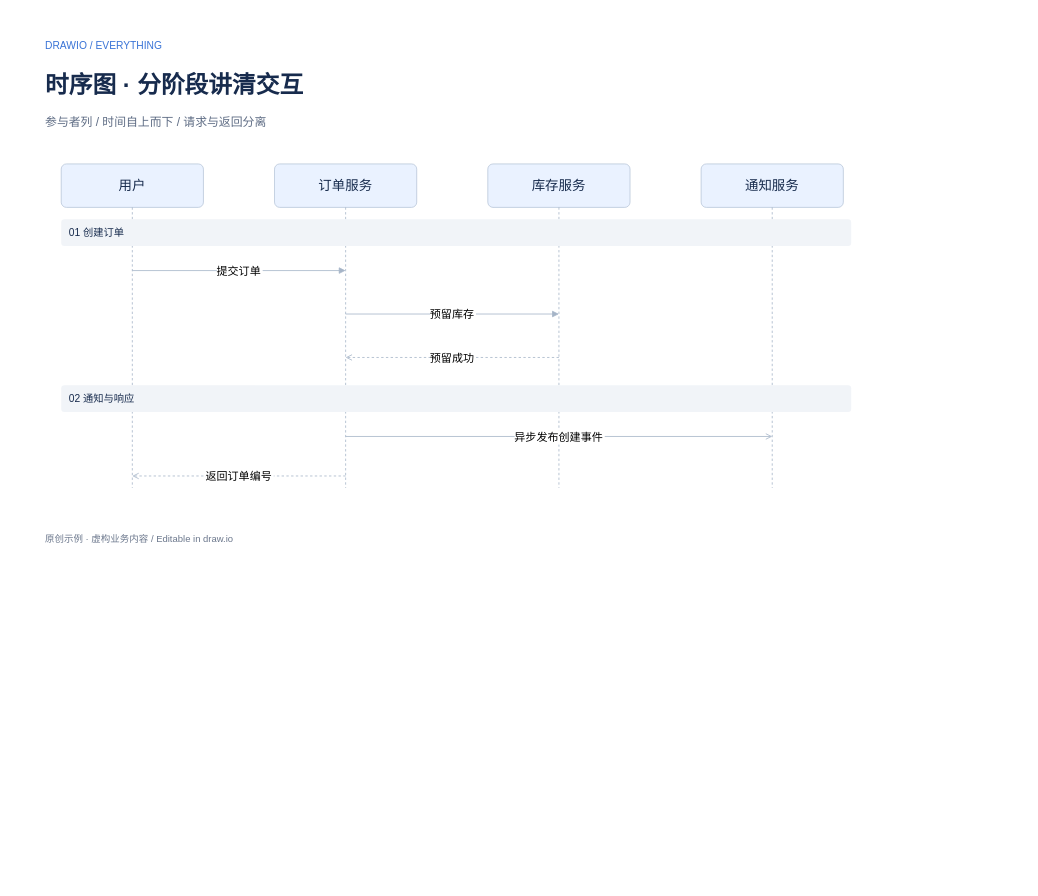
Above: examples/05-sequence.drawio in Junglepan/draw-io-everything (draw.io), before the change. Source tidied: cells renumbered, new cells numbered last; positions are measured from the earlier drawing's top-left corner, leaving out a move shared by most shapes. Both pictures are drawn from the tidied source at 79%, with x=0, y=0 at pixel (13, 13).
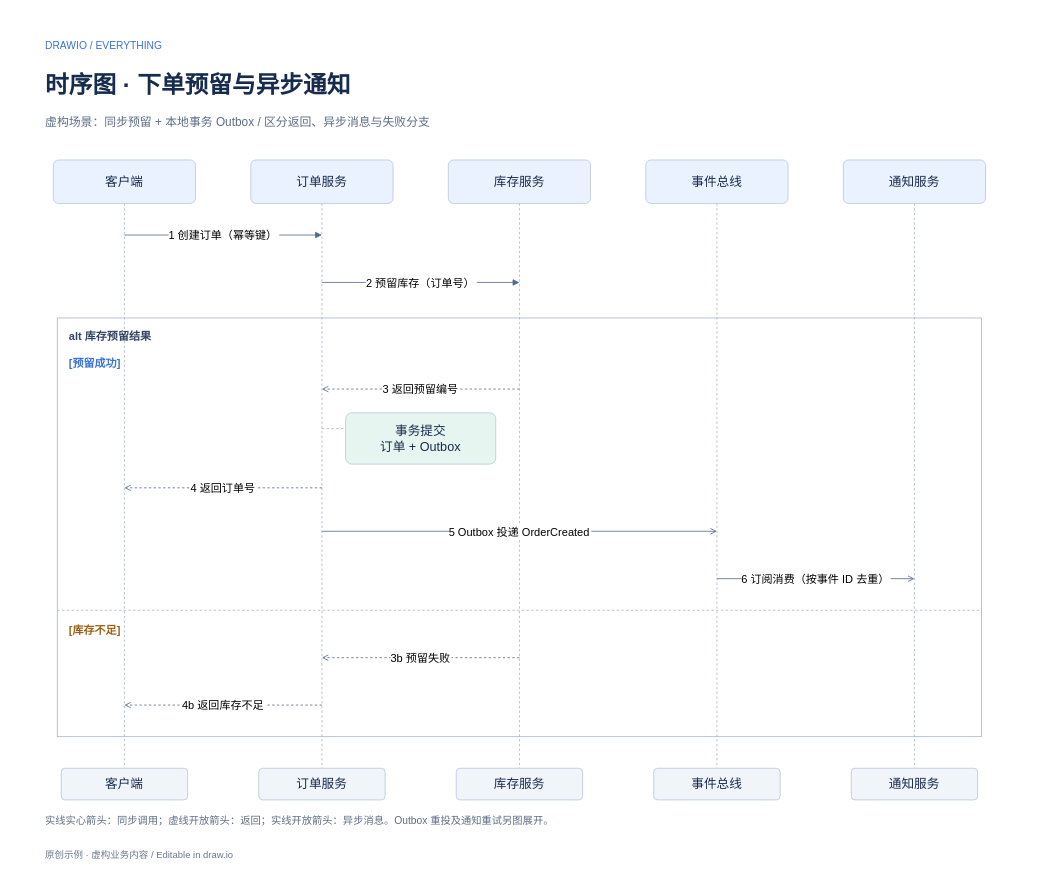
The same page after the edit.

The edit, as a diff of the source:
```diff
@@
     <mxCell id="2" style="rounded=1;whiteSpace=wrap;html=0;fontFamily=Arial;fontSize=17;fontColor=#172B4D;fillColor=#FFFFFF;strokeColor=#B8C6D9;arcSize=12;spacing=10;strokeColor=none;" parent="1" vertex="1">
-      <mxGeometry width="1120" height="700" as="geometry" />
+      <mxGeometry width="1280" height="1100" as="geometry" />
     </mxCell>
@@
-    <mxCell id="4" value="时序图 · 分阶段讲清交互" style="rounded=1;whiteSpace=wrap;html=0;fontFamily=Arial;fontSize=17;fontColor=#172B4D;fillColor=none;strokeColor=#B8C6D9;arcSize=12;spacing=10;strokeColor=none;align=left;verticalAlign=middle;spacing=0;fontSize=30;fontColor=#172B4D;fontStyle=1;" parent="1" vertex="1">
+    <mxCell id="4" value="时序图 · 下单预留与异步通知" style="rounded=1;whiteSpace=wrap;html=0;fontFamily=Arial;fontSize=17;fontColor=#172B4D;fillColor=none;strokeColor=#B8C6D9;arcSize=12;spacing=10;strokeColor=none;align=left;verticalAlign=middle;spacing=0;fontSize=30;fontColor=#172B4D;fontStyle=1;" parent="1" vertex="1">
       <mxGeometry x="40" y="66" width="1040" height="48" as="geometry" />
     </mxCell>
-    <mxCell id="5" value="参与者列 / 时间自上而下 / 请求与返回分离" style="rounded=1;whiteSpace=wrap;html=0;fontFamily=Arial;fontSize=17;fontColor=#172B4D;fillColor=none;strokeColor=#B8C6D9;arcSize=12;spacing=10;strokeColor=none;align=left;verticalAlign=middle;spacing=0;fontSize=15;fontColor=#5E6C84;fontStyle=0;" parent="1" vertex="1">
+    <mxCell id="5" value="虚构场景：同步预留 + 本地事务 Outbox / 区分返回、异步消息与失败分支" style="rounded=1;whiteSpace=wrap;html=0;fontFamily=Arial;fontSize=17;fontColor=#172B4D;fillColor=none;strokeColor=#B8C6D9;arcSize=12;spacing=10;strokeColor=none;align=left;verticalAlign=middle;spacing=0;fontSize=15;fontColor=#5E6C84;fontStyle=0;" parent="1" vertex="1">
       <mxGeometry x="40" y="121" width="1040" height="32" as="geometry" />
     </mxCell>
     <mxCell id="6" value="原创示例 · 虚构业务内容  /  Editable in draw.io" style="rounded=1;whiteSpace=wrap;html=0;fontFamily=Arial;fontSize=17;fontColor=#172B4D;fillColor=none;strokeColor=#B8C6D9;arcSize=12;spacing=10;strokeColor=none;align=left;verticalAlign=middle;spacing=0;fontSize=12;fontColor=#6B778C;fontStyle=0;" parent="1" vertex="1">
-      <mxGeometry x="40" y="654" width="1040" height="22" as="geometry" />
+      <mxGeometry x="40" y="1054" width="1200" height="22" as="geometry" />
     </mxCell>
-    <mxCell id="7" value="用户" style="rounded=1;whiteSpace=wrap;html=0;fontFamily=Arial;fontSize=17;fontColor=#172B4D;fillColor=#EAF2FF;strokeColor=#B8C6D9;arcSize=12;spacing=10;" parent="1" vertex="1">
-      <mxGeometry x="60" y="190" width="180" height="55" as="geometry" />
+    <mxCell id="7" value="客户端" style="rounded=1;whiteSpace=wrap;html=0;fontFamily=Arial;fontSize=17;fontColor=#172B4D;fillColor=#EAF2FF;strokeColor=#B8C6D9;arcSize=12;spacing=10;fontSize=16;" parent="1" vertex="1">
+      <mxGeometry x="50" y="185" width="180" height="55" as="geometry" />
     </mxCell>
     <mxCell id="8" style="endArrow=none;strokeColor=#A5B4C7;fontFamily=Arial;fontSize=14;labelBackgroundColor=#FFFFFF;dashed=1;" parent="1" edge="1">
       <mxGeometry relative="1" as="geometry">
-        <mxPoint x="150" y="245" as="sourcePoint" />
-        <mxPoint x="150" y="600" as="targetPoint" />
+        <mxPoint x="140" y="240" as="sourcePoint" />
+        <mxPoint x="140" y="970" as="targetPoint" />
       </mxGeometry>
     </mxCell>
-    <mxCell id="9" value="订单服务" style="rounded=1;whiteSpace=wrap;html=0;fontFamily=Arial;fontSize=17;fontColor=#172B4D;fillColor=#EAF2FF;strokeColor=#B8C6D9;arcSize=12;spacing=10;" parent="1" vertex="1">
-      <mxGeometry x="330" y="190" width="180" height="55" as="geometry" />
+    <mxCell id="9" value="订单服务" style="rounded=1;whiteSpace=wrap;html=0;fontFamily=Arial;fontSize=17;fontColor=#172B4D;fillColor=#EAF2FF;strokeColor=#B8C6D9;arcSize=12;spacing=10;fontSize=16;" parent="1" vertex="1">
+      <mxGeometry x="300" y="185" width="180" height="55" as="geometry" />
     </mxCell>
     <mxCell id="10" style="endArrow=none;strokeColor=#A5B4C7;fontFamily=Arial;fontSize=14;labelBackgroundColor=#FFFFFF;dashed=1;" parent="1" edge="1">
       <mxGeometry relative="1" as="geometry">
-        <mxPoint x="420" y="245" as="sourcePoint" />
-        <mxPoint x="420" y="600" as="targetPoint" />
+        <mxPoint x="390" y="240" as="sourcePoint" />
+        <mxPoint x="390" y="970" as="targetPoint" />
       </mxGeometry>
     </mxCell>
-    <mxCell id="11" value="库存服务" style="rounded=1;whiteSpace=wrap;html=0;fontFamily=Arial;fontSize=17;fontColor=#172B4D;fillColor=#EAF2FF;strokeColor=#B8C6D9;arcSize=12;spacing=10;" parent="1" vertex="1">
-      <mxGeometry x="600" y="190" width="180" height="55" as="geometry" />
+    <mxCell id="11" value="库存服务" style="rounded=1;whiteSpace=wrap;html=0;fontFamily=Arial;fontSize=17;fontColor=#172B4D;fillColor=#EAF2FF;strokeColor=#B8C6D9;arcSize=12;spacing=10;fontSize=16;" parent="1" vertex="1">
+      <mxGeometry x="550" y="185" width="180" height="55" as="geometry" />
     </mxCell>
     <mxCell id="12" style="endArrow=none;strokeColor=#A5B4C7;fontFamily=Arial;fontSize=14;labelBackgroundColor=#FFFFFF;dashed=1;" parent="1" edge="1">
       <mxGeometry relative="1" as="geometry">
-        <mxPoint x="690" y="245" as="sourcePoint" />
-        <mxPoint x="690" y="600" as="targetPoint" />
+        <mxPoint x="640" y="240" as="sourcePoint" />
+        <mxPoint x="640" y="970" as="targetPoint" />
       </mxGeometry>
     </mxCell>
-    <mxCell id="13" value="通知服务" style="rounded=1;whiteSpace=wrap;html=0;fontFamily=Arial;fontSize=17;fontColor=#172B4D;fillColor=#EAF2FF;strokeColor=#B8C6D9;arcSize=12;spacing=10;" parent="1" vertex="1">
-      <mxGeometry x="870" y="190" width="180" height="55" as="geometry" />
+    <mxCell id="13" value="事件总线" style="rounded=1;whiteSpace=wrap;html=0;fontFamily=Arial;fontSize=17;fontColor=#172B4D;fillColor=#EAF2FF;strokeColor=#B8C6D9;arcSize=12;spacing=10;fontSize=16;" parent="1" vertex="1">
+      <mxGeometry x="800" y="185" width="180" height="55" as="geometry" />
     </mxCell>
     <mxCell id="14" style="endArrow=none;strokeColor=#A5B4C7;fontFamily=Arial;fontSize=14;labelBackgroundColor=#FFFFFF;dashed=1;" parent="1" edge="1">
       <mxGeometry relative="1" as="geometry">
-        <mxPoint x="960" y="245" as="sourcePoint" />
-        <mxPoint x="960" y="600" as="targetPoint" />
+        <mxPoint x="890" y="240" as="sourcePoint" />
+        <mxPoint x="890" y="970" as="targetPoint" />
       </mxGeometry>
     </mxCell>
-    <mxCell id="15" value="01  创建订单" style="rounded=1;whiteSpace=wrap;html=0;fontFamily=Arial;fontSize=17;fontColor=#172B4D;fillColor=#F1F4F8;strokeColor=#B8C6D9;arcSize=12;spacing=10;strokeColor=none;align=left;fontSize=13;" parent="1" vertex="1">
-      <mxGeometry x="60" y="260" width="1000" height="34" as="geometry" />
+    <mxCell id="15" value="通知服务" style="rounded=1;whiteSpace=wrap;html=0;fontFamily=Arial;fontSize=17;fontColor=#172B4D;fillColor=#EAF2FF;strokeColor=#B8C6D9;arcSize=12;spacing=10;fontSize=16;" parent="1" vertex="1">
+      <mxGeometry x="1050" y="185" width="180" height="55" as="geometry" />
     </mxCell>
-    <mxCell id="16" value="提交订单" style="endArrow=none;strokeColor=#A5B4C7;fontFamily=Arial;fontSize=14;labelBackgroundColor=#FFFFFF;endArrow=block;endFill=1;" parent="1" edge="1">
+    <mxCell id="16" style="endArrow=none;strokeColor=#A5B4C7;fontFamily=Arial;fontSize=14;labelBackgroundColor=#FFFFFF;dashed=1;" parent="1" edge="1">
       <mxGeometry relative="1" as="geometry">
-        <mxPoint x="150" y="325" as="sourcePoint" />
-        <mxPoint x="420" y="325" as="targetPoint" />
+        <mxPoint x="1140" y="240" as="sourcePoint" />
+        <mxPoint x="1140" y="970" as="targetPoint" />
       </mxGeometry>
     </mxCell>
-    <mxCell id="17" value="预留库存" style="endArrow=none;strokeColor=#A5B4C7;fontFamily=Arial;fontSize=14;labelBackgroundColor=#FFFFFF;endArrow=block;endFill=1;" parent="1" edge="1">
+    <mxCell id="17" value="1  创建订单（幂等键）" style="endArrow=none;strokeColor=#A5B4C7;fontFamily=Arial;fontSize=14;labelBackgroundColor=#FFFFFF;endArrow=block;endFill=1;strokeColor=#526A89;fontSize=14;" parent="1" edge="1">
       <mxGeometry relative="1" as="geometry">
-        <mxPoint x="420" y="380" as="sourcePoint" />
-        <mxPoint x="690" y="380" as="targetPoint" />
+        <mxPoint x="140" y="280" as="sourcePoint" />
+        <mxPoint x="390" y="280" as="targetPoint" />
       </mxGeometry>
     </mxCell>
-    <mxCell id="18" value="预留成功" style="endArrow=none;strokeColor=#A5B4C7;fontFamily=Arial;fontSize=14;labelBackgroundColor=#FFFFFF;dashed=1;endArrow=open;" parent="1" edge="1">
+    <mxCell id="18" value="2  预留库存（订单号）" style="endArrow=none;strokeColor=#A5B4C7;fontFamily=Arial;fontSize=14;labelBackgroundColor=#FFFFFF;endArrow=block;endFill=1;strokeColor=#526A89;fontSize=14;" parent="1" edge="1">
       <mxGeometry relative="1" as="geometry">
-        <mxPoint x="690" y="435" as="sourcePoint" />
-        <mxPoint x="420" y="435" as="targetPoint" />
+        <mxPoint x="390" y="340" as="sourcePoint" />
+        <mxPoint x="640" y="340" as="targetPoint" />
       </mxGeometry>
     </mxCell>
-    <mxCell id="19" value="02  通知与响应" style="rounded=1;whiteSpace=wrap;html=0;fontFamily=Arial;fontSize=17;fontColor=#172B4D;fillColor=#F1F4F8;strokeColor=#B8C6D9;arcSize=12;spacing=10;strokeColor=none;align=left;fontSize=13;" parent="1" vertex="1">
-      <mxGeometry x="60" y="470" width="1000" height="34" as="geometry" />
+    <mxCell id="19" style="rounded=1;whiteSpace=wrap;html=0;fontFamily=Arial;fontSize=17;fontColor=#172B4D;fillColor=none;strokeColor=#B8C6D9;arcSize=12;spacing=10;rounded=0;strokeColor=#A5B4C7;" parent="1" vertex="1">
+      <mxGeometry x="55" y="385" width="1170" height="530" as="geometry" />
     </mxCell>
-    <mxCell id="20" value="异步发布创建事件" style="endArrow=none;strokeColor=#A5B4C7;fontFamily=Arial;fontSize=14;labelBackgroundColor=#FFFFFF;endArrow=open;" parent="1" edge="1">
-      <mxGeometry relative="1" as="geometry">
-        <mxPoint x="420" y="535" as="sourcePoint" />
-        <mxPoint x="960" y="535" as="targetPoint" />
-      </mxGeometry>
-    </mxCell>
-    <mxCell id="21" value="返回订单编号" style="endArrow=none;strokeColor=#A5B4C7;fontFamily=Arial;fontSize=14;labelBackgroundColor=#FFFFFF;dashed=1;endArrow=open;" parent="1" edge="1">
-      <mxGeometry relative="1" as="geometry">
-        <mxPoint x="420" y="585" as="sourcePoint" />
-        <mxPoint x="150" y="585" as="targetPoint" />
-      </mxGeometry>
-    </mxCell>
+    <mxCell id="22" value="alt   库存预留结果" style="rounded=1;whiteSpace=wrap;html=0;fontFamily=Arial;fontSize=17;fontColor=#172B4D;fillColor=none;strokeColor=#B8C6D9;arcSize=12;spacing=10;strokeColor=none;align=left;verticalAlign=middle;spacing=0;fontSize=14;fontColor=#344563;fontStyle=1;" parent="1" vertex="1">
+      <mxGeometry x="70" y="395" width="400" height="25" as="geometry" />
+    </mxCell>
+    <mxCell id="23" value="[预留成功]" style="rounded=1;whiteSpace=wrap;html=0;fontFamily=Arial;fontSize=17;fontColor=#172B4D;fillColor=none;strokeColor=#B8C6D9;arcSize=12;spacing=10;strokeColor=none;align=left;verticalAlign=middle;spacing=0;fontSize=14;fontColor=#3973D6;fontStyle=1;" parent="1" vertex="1">
+      <mxGeometry x="70" y="430" width="250" height="25" as="geometry" />
+    </mxCell>
+    <mxCell id="24" value="3  返回预留编号" style="endArrow=none;strokeColor=#A5B4C7;fontFamily=Arial;fontSize=14;labelBackgroundColor=#FFFFFF;dashed=1;endArrow=open;endFill=0;strokeColor=#526A89;fontSize=14;" parent="1" edge="1">
+      <mxGeometry relative="1" as="geometry">
+        <mxPoint x="640" y="475" as="sourcePoint" />
+        <mxPoint x="390" y="475" as="targetPoint" />
+      </mxGeometry>
+    </mxCell>
+    <mxCell id="25" value="事务提交&#10;订单 + Outbox" style="rounded=1;whiteSpace=wrap;html=0;fontFamily=Arial;fontSize=17;fontColor=#172B4D;fillColor=#E6F5F0;strokeColor=#B8C6D9;arcSize=12;spacing=10;fontSize=16;" parent="1" vertex="1">
+      <mxGeometry x="420" y="505" width="190" height="65" as="geometry" />
+    </mxCell>
+    <mxCell id="26" style="endArrow=none;strokeColor=#A5B4C7;fontFamily=Arial;fontSize=14;labelBackgroundColor=#FFFFFF;endArrow=none;dashed=1;" parent="1" edge="1">
+      <mxGeometry relative="1" as="geometry">
+        <mxPoint x="390" y="525" as="sourcePoint" />
+        <mxPoint x="420" y="525" as="targetPoint" />
+      </mxGeometry>
+    </mxCell>
+    <mxCell id="27" value="4  返回订单号" style="endArrow=none;strokeColor=#A5B4C7;fontFamily=Arial;fontSize=14;labelBackgroundColor=#FFFFFF;dashed=1;endArrow=open;endFill=0;strokeColor=#526A89;fontSize=14;" parent="1" edge="1">
+      <mxGeometry relative="1" as="geometry">
+        <mxPoint x="390" y="600" as="sourcePoint" />
+        <mxPoint x="140" y="600" as="targetPoint" />
+      </mxGeometry>
+    </mxCell>
+    <mxCell id="28" value="5  Outbox 投递 OrderCreated" style="endArrow=none;strokeColor=#A5B4C7;fontFamily=Arial;fontSize=14;labelBackgroundColor=#FFFFFF;endArrow=open;endFill=0;strokeColor=#526A89;fontSize=14;" parent="1" edge="1">
+      <mxGeometry relative="1" as="geometry">
+        <mxPoint x="390" y="655" as="sourcePoint" />
+        <mxPoint x="890" y="655" as="targetPoint" />
+      </mxGeometry>
+    </mxCell>
+    <mxCell id="29" value="6  订阅消费（按事件 ID 去重）" style="endArrow=none;strokeColor=#A5B4C7;fontFamily=Arial;fontSize=14;labelBackgroundColor=#FFFFFF;endArrow=open;endFill=0;strokeColor=#526A89;fontSize=14;" parent="1" edge="1">
+      <mxGeometry relative="1" as="geometry">
+        <mxPoint x="890" y="715" as="sourcePoint" />
+        <mxPoint x="1140" y="715" as="targetPoint" />
+      </mxGeometry>
+    </mxCell>
+    <mxCell id="30" style="endArrow=none;strokeColor=#A5B4C7;fontFamily=Arial;fontSize=14;labelBackgroundColor=#FFFFFF;dashed=1;" parent="1" edge="1">
+      <mxGeometry relative="1" as="geometry">
+        <mxPoint x="55" y="755" as="sourcePoint" />
+        <mxPoint x="1225" y="755" as="targetPoint" />
+      </mxGeometry>
+    </mxCell>
+    <mxCell id="31" value="[库存不足]" style="rounded=1;whiteSpace=wrap;html=0;fontFamily=Arial;fontSize=17;fontColor=#172B4D;fillColor=none;strokeColor=#B8C6D9;arcSize=12;spacing=10;strokeColor=none;align=left;verticalAlign=middle;spacing=0;fontSize=14;fontColor=#9B6015;fontStyle=1;" parent="1" vertex="1">
+      <mxGeometry x="70" y="768" width="250" height="25" as="geometry" />
+    </mxCell>
+    <mxCell id="32" value="3b  预留失败" style="endArrow=none;strokeColor=#A5B4C7;fontFamily=Arial;fontSize=14;labelBackgroundColor=#FFFFFF;dashed=1;endArrow=open;endFill=0;strokeColor=#526A89;fontSize=14;" parent="1" edge="1">
+      <mxGeometry relative="1" as="geometry">
+        <mxPoint x="640" y="815" as="sourcePoint" />
+        <mxPoint x="390" y="815" as="targetPoint" />
+      </mxGeometry>
+    </mxCell>
+    <mxCell id="33" value="4b  返回库存不足" style="endArrow=none;strokeColor=#A5B4C7;fontFamily=Arial;fontSize=14;labelBackgroundColor=#FFFFFF;dashed=1;endArrow=open;endFill=0;strokeColor=#526A89;fontSize=14;" parent="1" edge="1">
+      <mxGeometry relative="1" as="geometry">
+        <mxPoint x="390" y="875" as="sourcePoint" />
+        <mxPoint x="140" y="875" as="targetPoint" />
+      </mxGeometry>
+    </mxCell>
+    <mxCell id="34" value="客户端" style="rounded=1;whiteSpace=wrap;html=0;fontFamily=Arial;fontSize=17;fontColor=#172B4D;fillColor=#F1F4F8;strokeColor=#B8C6D9;arcSize=12;spacing=10;fontSize=16;" parent="1" vertex="1">
+      <mxGeometry x="60" y="955" width="160" height="40" as="geometry" />
+    </mxCell>
+    <mxCell id="35" value="订单服务" style="rounded=1;whiteSpace=wrap;html=0;fontFamily=Arial;fontSize=17;fontColor=#172B4D;fillColor=#F1F4F8;strokeColor=#B8C6D9;arcSize=12;spacing=10;fontSize=16;" parent="1" vertex="1">
+      <mxGeometry x="310" y="955" width="160" height="40" as="geometry" />
+    </mxCell>
+    <mxCell id="36" value="库存服务" style="rounded=1;whiteSpace=wrap;html=0;fontFamily=Arial;fontSize=17;fontColor=#172B4D;fillColor=#F1F4F8;strokeColor=#B8C6D9;arcSize=12;spacing=10;fontSize=16;" parent="1" vertex="1">
+      <mxGeometry x="560" y="955" width="160" height="40" as="geometry" />
+    </mxCell>
+    <mxCell id="37" value="事件总线" style="rounded=1;whiteSpace=wrap;html=0;fontFamily=Arial;fontSize=17;fontColor=#172B4D;fillColor=#F1F4F8;strokeColor=#B8C6D9;arcSize=12;spacing=10;fontSize=16;" parent="1" vertex="1">
+      <mxGeometry x="810" y="955" width="160" height="40" as="geometry" />
+    </mxCell>
+    <mxCell id="38" value="通知服务" style="rounded=1;whiteSpace=wrap;html=0;fontFamily=Arial;fontSize=17;fontColor=#172B4D;fillColor=#F1F4F8;strokeColor=#B8C6D9;arcSize=12;spacing=10;fontSize=16;" parent="1" vertex="1">
+      <mxGeometry x="1060" y="955" width="160" height="40" as="geometry" />
+    </mxCell>
+    <mxCell id="39" value="实线实心箭头：同步调用；虚线开放箭头：返回；实线开放箭头：异步消息。Outbox 重投及通知重试另图展开。" style="rounded=1;whiteSpace=wrap;html=0;fontFamily=Arial;fontSize=17;fontColor=#172B4D;fillColor=none;strokeColor=#B8C6D9;arcSize=12;spacing=10;strokeColor=none;align=left;verticalAlign=middle;spacing=0;fontSize=13;fontColor=#5E6C84;fontStyle=0;" parent="1" vertex="1">
+      <mxGeometry x="40" y="1000" width="1200" height="42" as="geometry" />
+    </mxCell>
```
